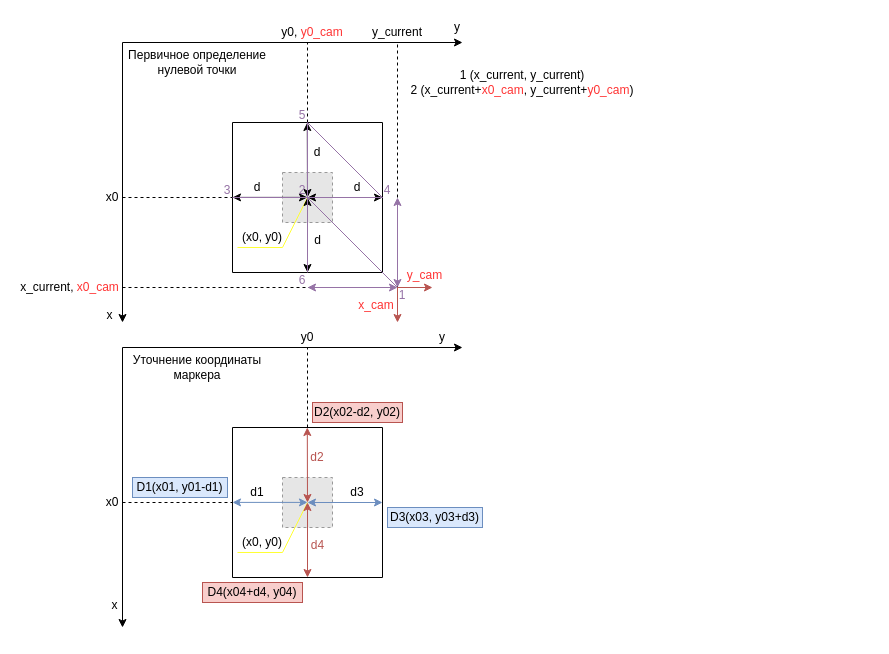
The draw.io diagram Алгоритм определения нуля системы координат арукомаркера.drawio in OnisOris/AR3Manipulator, before the edit. Source tidied: cells renumbered, new cells numbered last; positions are measured from the earlier drawing's top-left corner, leaving out a move shared by most shapes. Both pictures are drawn from the tidied source at 100%, with x=0, y=0 at pixel (17, 17). Pictures stored in the file or linked from it are replaced by grey dashed boxes.
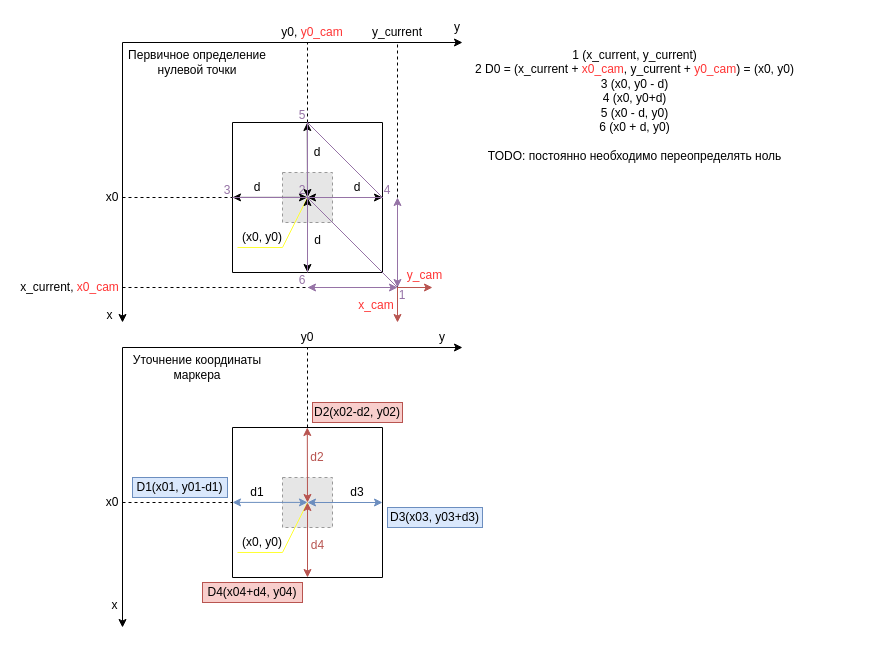
The same diagram, later.

The edit, as a diff of the source:
```diff
@@
-    <mxCell id="58" value="&lt;div&gt;1 (x_current, y_current)&lt;/div&gt;&lt;div&gt;2 (x_current+&lt;font color=&quot;#ff3333&quot;&gt;x0_cam&lt;/font&gt;, y_current+&lt;font color=&quot;#ff3333&quot;&gt;y0_cam&lt;/font&gt;)&lt;/div&gt;" style="text;html=1;strokeColor=none;fillColor=none;align=center;verticalAlign=middle;whiteSpace=wrap;rounded=0;" parent="1" vertex="1">
-      <mxGeometry x="385" y="30" width="240" height="70" as="geometry" />
+    <mxCell id="58" value="&lt;div&gt;1 (x_current, y_current)&lt;/div&gt;&lt;div&gt;2 D0 = (x_current +&lt;font color=&quot;#ff3333&quot;&gt; x0_cam&lt;/font&gt;, y_current +&lt;font color=&quot;#ff3333&quot;&gt; y0_cam&lt;/font&gt;) = (x0, y0)&lt;br&gt;&lt;/div&gt;&lt;div&gt;3 (x0, y0 - d)&lt;/div&gt;&lt;div&gt;4 (x0, y0+d)&lt;/div&gt;&lt;div&gt;5 (x0 - d, y0)&lt;/div&gt;&lt;div&gt;6 (x0 + d, y0)&lt;br&gt;&lt;/div&gt;&lt;div&gt;&lt;br&gt;&lt;/div&gt;&lt;div&gt;TODO: постоянно необходимо переопределять ноль&lt;br&gt;&lt;/div&gt;" style="text;html=1;strokeColor=none;fillColor=none;align=center;verticalAlign=middle;whiteSpace=wrap;rounded=0;" parent="1" vertex="1">
+      <mxGeometry x="380" y="30" width="475" height="115" as="geometry" />
     </mxCell>
```
